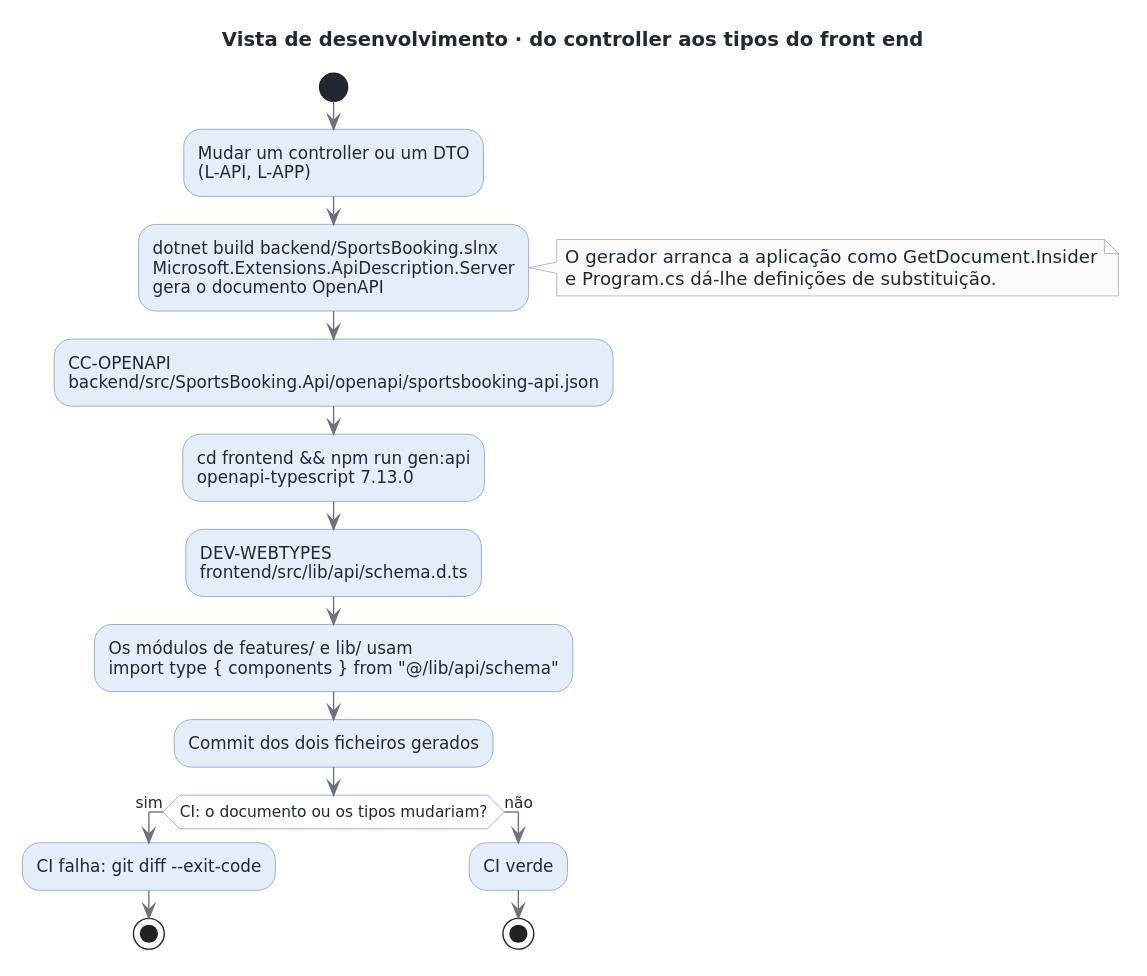
This is docs/architecture/out/development-api-types.svg from rodrigo4sousa/SportsEstablishments, a PlantUML export, as it was before one commit.
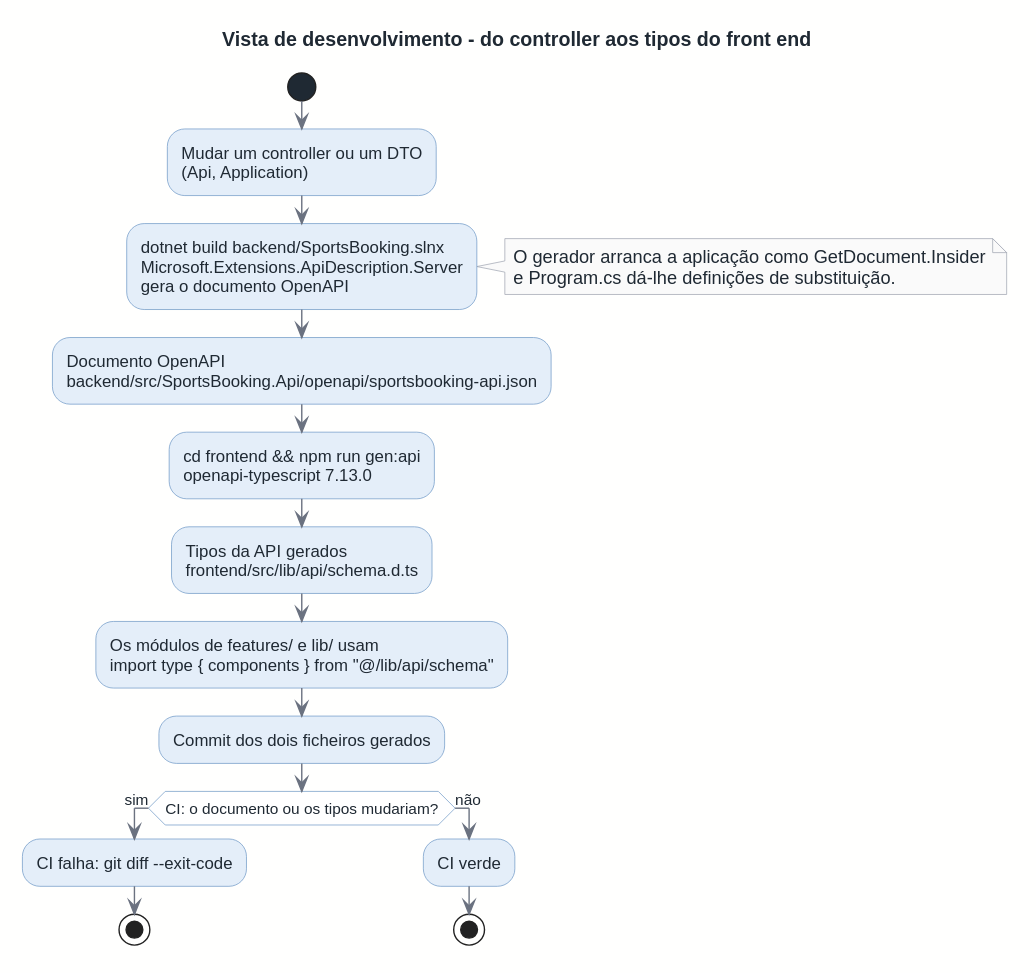
Later version of the same file.

What changed in the source:
```diff
@@ -1,17 +1,17 @@
 @startuml
 !include ../style.puml
-title Vista de desenvolvimento · do controller aos tipos do front end
+title Vista de desenvolvimento - do controller aos tipos do front end
 
 start
-:Mudar um controller ou um DTO\n(L-API, L-APP);
+:Mudar um controller ou um DTO\n(Api, Application);
 :dotnet build backend/SportsBooking.slnx\nMicrosoft.Extensions.ApiDescription.Server\ngera o documento OpenAPI;
 note right
   O gerador arranca a aplicação como GetDocument.Insider
   e Program.cs dá-lhe definições de substituição.
 end note
-:CC-OPENAPI\nbackend/src/SportsBooking.Api/openapi/sportsbooking-api.json;
+:Documento OpenAPI\nbackend/src/SportsBooking.Api/openapi/sportsbooking-api.json;
 :cd frontend && npm run gen:api\nopenapi-typescript 7.13.0;
-:DEV-WEBTYPES\nfrontend/src/lib/api/schema.d.ts;
+:Tipos da API gerados\nfrontend/src/lib/api/schema.d.ts;
 :Os módulos de features/ e lib/ usam\nimport type { components } from "@/lib/api/schema";
 :Commit dos dois ficheiros gerados;
 if (CI: o documento ou os tipos mudariam?) then (sim)
```
